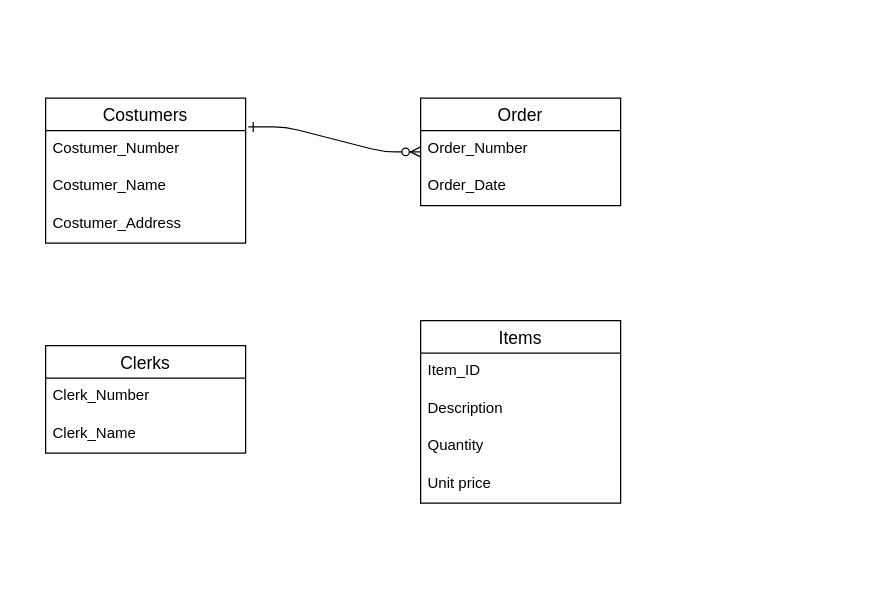
This is Untitled Diagram.drawio from marialisath/database, a draw.io file, before an edit. Source tidied: cells renumbered, new cells numbered last; positions are measured from the earlier drawing's top-left corner, leaving out a move shared by most shapes. Both pictures are drawn from the tidied source at 125%, with x=0, y=0 at pixel (45, 98).
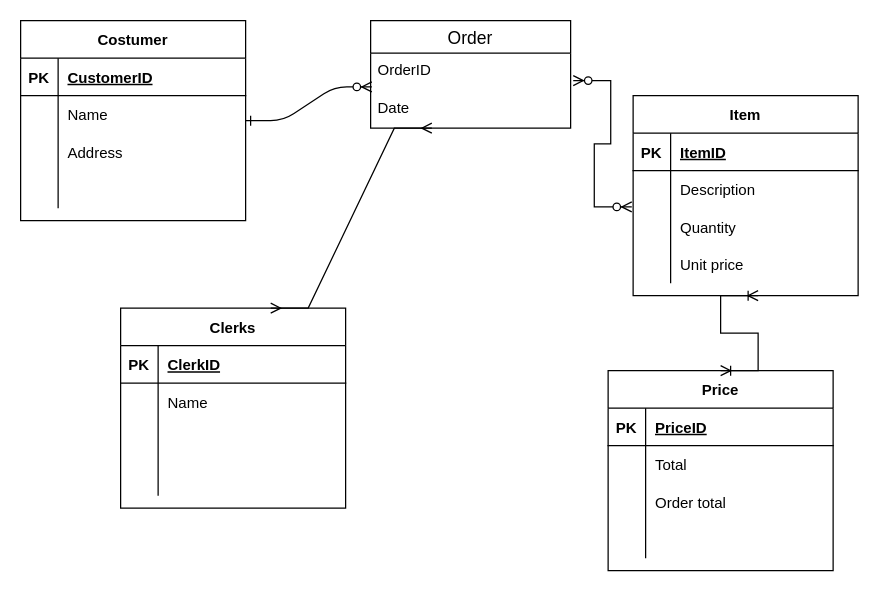
Above is the later version.

Commit message:
Send help

Diff of the diagram source:
```diff
@@
-    <mxCell id="2" style="edgeStyle=entityRelationEdgeStyle;endArrow=ERzeroToMany;startArrow=ERone;endFill=1;startFill=0;exitX=1.013;exitY=-0.1;exitDx=0;exitDy=0;exitPerimeter=0;" parent="1" edge="1" source="4">
+    <mxCell id="2" style="edgeStyle=entityRelationEdgeStyle;endArrow=ERzeroToMany;startArrow=ERone;endFill=1;startFill=0;entryX=0.006;entryY=-0.1;entryDx=0;entryDy=0;entryPerimeter=0;" parent="1" edge="1" target="12">
       <mxGeometry relative="1" as="geometry">
-        <mxPoint x="300" y="43" as="targetPoint" />
+        <mxPoint x="160" y="18" as="sourcePoint" />
       </mxGeometry>
     </mxCell>
-    <mxCell id="3" value="Costumers" style="swimlane;fontStyle=0;horizontal=1;startSize=26;align=center;fontSize=14;strokeColor=default;" parent="1" vertex="1">
-      <mxGeometry width="160" height="116" as="geometry" />
-    </mxCell>
-    <mxCell id="4" value="Costumer_Number" style="text;strokeColor=none;fillColor=none;spacingLeft=4;spacingRight=4;overflow=hidden;points=[[0,0.5],[1,0.5]];portConstraint=eastwest;fontSize=12;" parent="3" vertex="1">
-      <mxGeometry y="26" width="160" height="30" as="geometry" />
-    </mxCell>
-    <mxCell id="5" value="Costumer_Name" style="text;strokeColor=none;fillColor=none;spacingLeft=4;spacingRight=4;overflow=hidden;fontSize=12;" parent="3" vertex="1">
-      <mxGeometry y="56" width="160" height="30" as="geometry" />
-    </mxCell>
-    <mxCell id="6" value="Costumer_Address" style="text;strokeColor=none;fillColor=none;spacingLeft=4;spacingRight=4;overflow=hidden;fontSize=12;" parent="3" vertex="1">
-      <mxGeometry y="86" width="160" height="30" as="geometry" />
-    </mxCell>
-    <mxCell id="7" value="Clerks" style="swimlane;fontStyle=0;horizontal=1;startSize=26;align=center;fontSize=14;strokeColor=default;" parent="1" vertex="1">
-      <mxGeometry y="198" width="160" height="86" as="geometry" />
-    </mxCell>
-    <mxCell id="8" value="Clerk_Number" style="text;strokeColor=none;fillColor=none;spacingLeft=4;spacingRight=4;overflow=hidden;fontSize=12;" parent="7" vertex="1">
-      <mxGeometry y="26" width="160" height="30" as="geometry" />
-    </mxCell>
-    <mxCell id="9" value="Clerk_Name" style="text;strokeColor=none;fillColor=none;spacingLeft=4;spacingRight=4;overflow=hidden;fontSize=12;" parent="7" vertex="1">
-      <mxGeometry y="56" width="160" height="30" as="geometry" />
-    </mxCell>
     <mxCell id="10" value="Order" style="swimlane;fontStyle=0;horizontal=1;startSize=26;align=center;fontSize=14;strokeColor=default;" parent="1" vertex="1">
-      <mxGeometry x="300" width="160" height="86" as="geometry" />
+      <mxGeometry x="260" y="-62" width="160" height="86" as="geometry" />
     </mxCell>
-    <mxCell id="11" value="Order_Number" style="text;strokeColor=none;fillColor=none;spacingLeft=4;spacingRight=4;overflow=hidden;points=[[0,0.5],[1,0.5]];portConstraint=eastwest;fontSize=12;" parent="10" vertex="1">
+    <mxCell id="11" value="OrderID" style="text;strokeColor=none;fillColor=none;spacingLeft=4;spacingRight=4;overflow=hidden;points=[[0,0.5],[1,0.5]];portConstraint=eastwest;fontSize=12;" parent="10" vertex="1">
       <mxGeometry y="26" width="160" height="30" as="geometry" />
     </mxCell>
-    <mxCell id="12" value="Order_Date" style="text;strokeColor=none;fillColor=none;spacingLeft=4;spacingRight=4;overflow=hidden;points=[[0,0.5],[1,0.5]];portConstraint=eastwest;fontSize=12;" parent="10" vertex="1">
+    <mxCell id="12" value="Date" style="text;strokeColor=none;fillColor=none;spacingLeft=4;spacingRight=4;overflow=hidden;points=[[0,0.5],[1,0.5]];portConstraint=eastwest;fontSize=12;" parent="10" vertex="1">
       <mxGeometry y="56" width="160" height="30" as="geometry" />
     </mxCell>
-    <mxCell id="13" value="Items" style="swimlane;fontStyle=0;horizontal=1;startSize=26;align=center;fontSize=14;strokeColor=default;" parent="1" vertex="1">
-      <mxGeometry x="300" y="178" width="160" height="146" as="geometry" />
-    </mxCell>
-    <mxCell id="14" value="Item_ID" style="text;strokeColor=none;fillColor=none;spacingLeft=4;spacingRight=4;overflow=hidden;fontSize=12;" parent="13" vertex="1">
-      <mxGeometry y="26" width="160" height="30" as="geometry" />
-    </mxCell>
+    <mxCell id="18" value="Costumer" style="shape=table;startSize=30;childLayout=tableLayout;rowLines=0;fontStyle=1;align=center;strokeColor=default;" parent="1" vertex="1">
+      <mxGeometry x="-20" y="-62" width="180" height="160" as="geometry" />
+    </mxCell>
+    <mxCell id="19" style="shape=tableRow;horizontal=0;startSize=0;swimlaneHead=0;swimlaneBody=0;fillColor=none;top=0;left=0;right=0;bottom=1;strokeColor=default;" parent="18" vertex="1">
+      <mxGeometry y="30" width="180" height="30" as="geometry" />
+    </mxCell>
+    <mxCell id="20" value="PK" style="shape=partialRectangle;fillColor=none;top=0;left=0;bottom=0;right=0;fontStyle=1;overflow=hidden;strokeColor=default;" parent="19" vertex="1">
+      <mxGeometry width="30" height="30" as="geometry" />
+    </mxCell>
+    <mxCell id="21" value="CustomerID" style="shape=partialRectangle;fillColor=none;top=0;left=0;bottom=0;right=0;align=left;spacingLeft=6;fontStyle=5;overflow=hidden;strokeColor=default;" parent="19" vertex="1">
+      <mxGeometry x="30" width="150" height="30" as="geometry" />
+    </mxCell>
+    <mxCell id="22" style="shape=tableRow;horizontal=0;startSize=0;swimlaneHead=0;swimlaneBody=0;fillColor=none;top=0;left=0;right=0;bottom=0;strokeColor=default;" parent="18" vertex="1">
+      <mxGeometry y="60" width="180" height="30" as="geometry" />
+    </mxCell>
+    <mxCell id="23" style="shape=partialRectangle;fillColor=none;top=0;left=0;bottom=0;right=0;overflow=hidden;strokeColor=default;" parent="22" vertex="1">
+      <mxGeometry width="30" height="30" as="geometry" />
+    </mxCell>
+    <mxCell id="24" value="Name" style="shape=partialRectangle;fillColor=none;top=0;left=0;bottom=0;right=0;align=left;spacingLeft=6;overflow=hidden;strokeColor=default;" parent="22" vertex="1">
+      <mxGeometry x="30" width="150" height="30" as="geometry" />
+    </mxCell>
+    <mxCell id="25" style="shape=tableRow;horizontal=0;startSize=0;swimlaneHead=0;swimlaneBody=0;fillColor=none;top=0;left=0;right=0;bottom=0;strokeColor=default;" parent="18" vertex="1">
+      <mxGeometry y="90" width="180" height="30" as="geometry" />
+    </mxCell>
+    <mxCell id="26" style="shape=partialRectangle;fillColor=none;top=0;left=0;bottom=0;right=0;overflow=hidden;strokeColor=default;" parent="25" vertex="1">
+      <mxGeometry width="30" height="30" as="geometry" />
+    </mxCell>
+    <mxCell id="27" value="Address" style="shape=partialRectangle;fillColor=none;top=0;left=0;bottom=0;right=0;align=left;spacingLeft=6;overflow=hidden;strokeColor=default;" parent="25" vertex="1">
+      <mxGeometry x="30" width="150" height="30" as="geometry" />
+    </mxCell>
+    <mxCell id="28" style="shape=tableRow;horizontal=0;startSize=0;swimlaneHead=0;swimlaneBody=0;fillColor=none;top=0;left=0;right=0;bottom=0;strokeColor=default;" parent="18" vertex="1">
+      <mxGeometry y="120" width="180" height="30" as="geometry" />
+    </mxCell>
+    <mxCell id="29" style="shape=partialRectangle;fillColor=none;top=0;left=0;bottom=0;right=0;overflow=hidden;strokeColor=default;" parent="28" vertex="1">
+      <mxGeometry width="30" height="30" as="geometry" />
+    </mxCell>
+    <mxCell id="30" style="shape=partialRectangle;fillColor=none;top=0;left=0;bottom=0;right=0;align=left;spacingLeft=6;overflow=hidden;strokeColor=default;" parent="28" vertex="1">
+      <mxGeometry x="30" width="150" height="30" as="geometry" />
+    </mxCell>
+    <mxCell id="31" style="edgeStyle=entityRelationEdgeStyle;fontSize=12;html=1;endArrow=ERzeroToMany;endFill=1;startArrow=ERzeroToMany;rounded=0;exitX=1.013;exitY=0.733;exitDx=0;exitDy=0;exitPerimeter=0;entryX=-0.006;entryY=-0.033;entryDx=0;entryDy=0;entryPerimeter=0;" parent="1" edge="1" source="11" target="50">
+      <mxGeometry relative="1" as="geometry" />
+    </mxCell>
+    <mxCell id="7" value="Clerks" style="shape=table;startSize=30;childLayout=tableLayout;rowLines=0;fontStyle=1;align=center;strokeColor=default;" parent="1" vertex="1">
+      <mxGeometry x="60" y="168" width="180" height="160" as="geometry" />
+    </mxCell>
+    <mxCell id="32" style="shape=tableRow;horizontal=0;startSize=0;swimlaneHead=0;swimlaneBody=0;fillColor=none;top=0;left=0;right=0;bottom=1;strokeColor=default;" parent="7" vertex="1">
+      <mxGeometry y="30" width="180" height="30" as="geometry" />
+    </mxCell>
+    <mxCell id="33" value="PK" style="shape=partialRectangle;fillColor=none;top=0;left=0;bottom=0;right=0;fontStyle=1;overflow=hidden;strokeColor=default;" parent="32" vertex="1">
+      <mxGeometry width="30" height="30" as="geometry" />
+    </mxCell>
+    <mxCell id="34" value="ClerkID" style="shape=partialRectangle;fillColor=none;top=0;left=0;bottom=0;right=0;align=left;spacingLeft=6;fontStyle=5;overflow=hidden;strokeColor=default;" parent="32" vertex="1">
+      <mxGeometry x="30" width="150" height="30" as="geometry" />
+    </mxCell>
+    <mxCell id="35" style="shape=tableRow;horizontal=0;startSize=0;swimlaneHead=0;swimlaneBody=0;fillColor=none;top=0;left=0;right=0;bottom=0;strokeColor=default;" parent="7" vertex="1">
+      <mxGeometry y="60" width="180" height="30" as="geometry" />
+    </mxCell>
+    <mxCell id="36" style="shape=partialRectangle;fillColor=none;top=0;left=0;bottom=0;right=0;overflow=hidden;strokeColor=default;" parent="35" vertex="1">
+      <mxGeometry width="30" height="30" as="geometry" />
+    </mxCell>
+    <mxCell id="37" value="Name" style="shape=partialRectangle;fillColor=none;top=0;left=0;bottom=0;right=0;align=left;spacingLeft=6;overflow=hidden;strokeColor=default;" parent="35" vertex="1">
+      <mxGeometry x="30" width="150" height="30" as="geometry" />
+    </mxCell>
+    <mxCell id="38" style="shape=tableRow;horizontal=0;startSize=0;swimlaneHead=0;swimlaneBody=0;fillColor=none;top=0;left=0;right=0;bottom=0;strokeColor=default;" parent="7" vertex="1">
+      <mxGeometry y="90" width="180" height="30" as="geometry" />
+    </mxCell>
+    <mxCell id="39" style="shape=partialRectangle;fillColor=none;top=0;left=0;bottom=0;right=0;overflow=hidden;strokeColor=default;" parent="38" vertex="1">
+      <mxGeometry width="30" height="30" as="geometry" />
+    </mxCell>
+    <mxCell id="40" style="shape=partialRectangle;fillColor=none;top=0;left=0;bottom=0;right=0;align=left;spacingLeft=6;overflow=hidden;strokeColor=default;" parent="38" vertex="1">
+      <mxGeometry x="30" width="150" height="30" as="geometry" />
+    </mxCell>
+    <mxCell id="41" style="shape=tableRow;horizontal=0;startSize=0;swimlaneHead=0;swimlaneBody=0;fillColor=none;top=0;left=0;right=0;bottom=0;strokeColor=default;" parent="7" vertex="1">
+      <mxGeometry y="120" width="180" height="30" as="geometry" />
+    </mxCell>
+    <mxCell id="42" style="shape=partialRectangle;fillColor=none;top=0;left=0;bottom=0;right=0;overflow=hidden;strokeColor=default;" parent="41" vertex="1">
+      <mxGeometry width="30" height="30" as="geometry" />
+    </mxCell>
+    <mxCell id="43" style="shape=partialRectangle;fillColor=none;top=0;left=0;bottom=0;right=0;align=left;spacingLeft=6;overflow=hidden;strokeColor=default;" parent="41" vertex="1">
+      <mxGeometry x="30" width="150" height="30" as="geometry" />
+    </mxCell>
+    <mxCell id="44" value="Item" style="shape=table;startSize=30;childLayout=tableLayout;rowLines=0;fontStyle=1;align=center;strokeColor=default;" parent="1" vertex="1">
+      <mxGeometry x="470" y="-2" width="180" height="160" as="geometry" />
+    </mxCell>
+    <mxCell id="45" style="shape=tableRow;horizontal=0;startSize=0;swimlaneHead=0;swimlaneBody=0;fillColor=none;top=0;left=0;right=0;bottom=1;strokeColor=default;" parent="44" vertex="1">
+      <mxGeometry y="30" width="180" height="30" as="geometry" />
+    </mxCell>
+    <mxCell id="46" value="PK" style="shape=partialRectangle;fillColor=none;top=0;left=0;bottom=0;right=0;fontStyle=1;overflow=hidden;strokeColor=default;" parent="45" vertex="1">
+      <mxGeometry width="30" height="30" as="geometry" />
+    </mxCell>
+    <mxCell id="47" value="ItemID" style="shape=partialRectangle;fillColor=none;top=0;left=0;bottom=0;right=0;align=left;spacingLeft=6;fontStyle=5;overflow=hidden;strokeColor=default;" parent="45" vertex="1">
+      <mxGeometry x="30" width="150" height="30" as="geometry" />
+    </mxCell>
+    <mxCell id="48" style="shape=tableRow;horizontal=0;startSize=0;swimlaneHead=0;swimlaneBody=0;fillColor=none;top=0;left=0;right=0;bottom=0;strokeColor=default;" parent="44" vertex="1">
+      <mxGeometry y="60" width="180" height="30" as="geometry" />
+    </mxCell>
+    <mxCell id="49" style="shape=partialRectangle;fillColor=none;top=0;left=0;bottom=0;right=0;overflow=hidden;strokeColor=default;" parent="48" vertex="1">
+      <mxGeometry width="30" height="30" as="geometry" />
+    </mxCell>
-    <mxCell id="15" value="Description" style="text;strokeColor=none;fillColor=none;spacingLeft=4;spacingRight=4;overflow=hidden;fontSize=12;" parent="13" vertex="1">
-      <mxGeometry y="56" width="160" height="30" as="geometry" />
+    <mxCell id="15" value="Description" style="shape=partialRectangle;fillColor=none;top=0;left=0;bottom=0;right=0;align=left;spacingLeft=6;overflow=hidden;strokeColor=default;" parent="48" vertex="1">
+      <mxGeometry x="30" width="150" height="30" as="geometry" />
     </mxCell>
+    <mxCell id="50" style="shape=tableRow;horizontal=0;startSize=0;swimlaneHead=0;swimlaneBody=0;fillColor=none;points=[[0,0.5],[1,0.5]];portConstraint=eastwest;top=0;left=0;right=0;bottom=0;strokeColor=default;" parent="44" vertex="1">
+      <mxGeometry y="90" width="180" height="30" as="geometry" />
+    </mxCell>
+    <mxCell id="51" style="shape=partialRectangle;fillColor=none;top=0;left=0;bottom=0;right=0;overflow=hidden;strokeColor=default;" parent="50" vertex="1">
+      <mxGeometry width="30" height="30" as="geometry" />
+    </mxCell>
-    <mxCell id="16" value="Quantity" style="text;strokeColor=none;fillColor=none;spacingLeft=4;spacingRight=4;overflow=hidden;fontSize=12;" parent="13" vertex="1">
-      <mxGeometry y="86" width="160" height="30" as="geometry" />
+    <mxCell id="16" value="Quantity" style="shape=partialRectangle;fillColor=none;top=0;left=0;bottom=0;right=0;align=left;spacingLeft=6;overflow=hidden;strokeColor=default;" parent="50" vertex="1">
+      <mxGeometry x="30" width="150" height="30" as="geometry" />
     </mxCell>
+    <mxCell id="52" style="shape=tableRow;horizontal=0;startSize=0;swimlaneHead=0;swimlaneBody=0;fillColor=none;top=0;left=0;right=0;bottom=0;strokeColor=default;" parent="44" vertex="1">
+      <mxGeometry y="120" width="180" height="30" as="geometry" />
+    </mxCell>
+    <mxCell id="53" style="shape=partialRectangle;fillColor=none;top=0;left=0;bottom=0;right=0;overflow=hidden;strokeColor=default;" parent="52" vertex="1">
+      <mxGeometry width="30" height="30" as="geometry" />
+    </mxCell>
-    <mxCell id="17" value="Unit price" style="text;strokeColor=none;fillColor=none;spacingLeft=4;spacingRight=4;overflow=hidden;fontSize=12;" parent="13" vertex="1">
-      <mxGeometry y="116" width="160" height="30" as="geometry" />
+    <mxCell id="17" value="Unit price" style="shape=partialRectangle;fillColor=none;top=0;left=0;bottom=0;right=0;align=left;spacingLeft=6;overflow=hidden;strokeColor=default;" parent="52" vertex="1">
+      <mxGeometry x="30" width="150" height="30" as="geometry" />
     </mxCell>
+    <mxCell id="54" style="edgeStyle=entityRelationEdgeStyle;fontSize=12;html=1;endArrow=ERmany;startArrow=ERmany;rounded=0;entryX=0.306;entryY=1;entryDx=0;entryDy=0;entryPerimeter=0;exitX=0.667;exitY=0;exitDx=0;exitDy=0;exitPerimeter=0;" parent="1" edge="1" source="7" target="12">
+      <mxGeometry relative="1" as="geometry" />
+    </mxCell>
+    <mxCell id="55" value="Price" style="shape=table;startSize=30;childLayout=tableLayout;rowLines=0;fontStyle=1;align=center;strokeColor=default;" parent="1" vertex="1">
+      <mxGeometry x="450" y="218" width="180" height="160" as="geometry" />
+    </mxCell>
+    <mxCell id="56" style="shape=tableRow;horizontal=0;startSize=0;swimlaneHead=0;swimlaneBody=0;fillColor=none;top=0;left=0;right=0;bottom=1;strokeColor=default;" parent="55" vertex="1">
+      <mxGeometry y="30" width="180" height="30" as="geometry" />
+    </mxCell>
+    <mxCell id="57" value="PK" style="shape=partialRectangle;fillColor=none;top=0;left=0;bottom=0;right=0;fontStyle=1;overflow=hidden;strokeColor=default;" parent="56" vertex="1">
+      <mxGeometry width="30" height="30" as="geometry" />
+    </mxCell>
+    <mxCell id="58" value="PriceID" style="shape=partialRectangle;fillColor=none;top=0;left=0;bottom=0;right=0;align=left;spacingLeft=6;fontStyle=5;overflow=hidden;strokeColor=default;" parent="56" vertex="1">
+      <mxGeometry x="30" width="150" height="30" as="geometry" />
+    </mxCell>
+    <mxCell id="59" style="shape=tableRow;horizontal=0;startSize=0;swimlaneHead=0;swimlaneBody=0;fillColor=none;top=0;left=0;right=0;bottom=0;strokeColor=default;" parent="55" vertex="1">
+      <mxGeometry y="60" width="180" height="30" as="geometry" />
+    </mxCell>
+    <mxCell id="60" style="shape=partialRectangle;fillColor=none;top=0;left=0;bottom=0;right=0;overflow=hidden;strokeColor=default;" parent="59" vertex="1">
+      <mxGeometry width="30" height="30" as="geometry" />
+    </mxCell>
+    <mxCell id="61" value="Total" style="shape=partialRectangle;fillColor=none;top=0;left=0;bottom=0;right=0;align=left;spacingLeft=6;overflow=hidden;strokeColor=default;" parent="59" vertex="1">
+      <mxGeometry x="30" width="150" height="30" as="geometry" />
+    </mxCell>
+    <mxCell id="62" style="shape=tableRow;horizontal=0;startSize=0;swimlaneHead=0;swimlaneBody=0;fillColor=none;top=0;left=0;right=0;bottom=0;strokeColor=default;" parent="55" vertex="1">
+      <mxGeometry y="90" width="180" height="30" as="geometry" />
+    </mxCell>
+    <mxCell id="63" style="shape=partialRectangle;fillColor=none;top=0;left=0;bottom=0;right=0;overflow=hidden;strokeColor=default;" parent="62" vertex="1">
+      <mxGeometry width="30" height="30" as="geometry" />
+    </mxCell>
+    <mxCell id="64" value="Order total" style="shape=partialRectangle;fillColor=none;top=0;left=0;bottom=0;right=0;align=left;spacingLeft=6;overflow=hidden;strokeColor=default;" parent="62" vertex="1">
+      <mxGeometry x="30" width="150" height="30" as="geometry" />
+    </mxCell>
+    <mxCell id="65" style="shape=tableRow;horizontal=0;startSize=0;swimlaneHead=0;swimlaneBody=0;fillColor=none;top=0;left=0;right=0;bottom=0;strokeColor=default;" parent="55" vertex="1">
+      <mxGeometry y="120" width="180" height="30" as="geometry" />
+    </mxCell>
+    <mxCell id="66" style="shape=partialRectangle;fillColor=none;top=0;left=0;bottom=0;right=0;overflow=hidden;strokeColor=default;" parent="65" vertex="1">
+      <mxGeometry width="30" height="30" as="geometry" />
+    </mxCell>
+    <mxCell id="67" style="shape=partialRectangle;fillColor=none;top=0;left=0;bottom=0;right=0;align=left;spacingLeft=6;overflow=hidden;strokeColor=default;" parent="65" vertex="1">
+      <mxGeometry x="30" width="150" height="30" as="geometry" />
+    </mxCell>
+    <mxCell id="68" style="edgeStyle=entityRelationEdgeStyle;fontSize=12;html=1;endArrow=ERoneToMany;startArrow=ERoneToMany;rounded=0;exitX=0.5;exitY=0;exitDx=0;exitDy=0;" parent="1" edge="1" source="55">
+      <mxGeometry relative="1" as="geometry">
+        <mxPoint x="570" y="158" as="targetPoint" />
+      </mxGeometry>
+    </mxCell>
```
